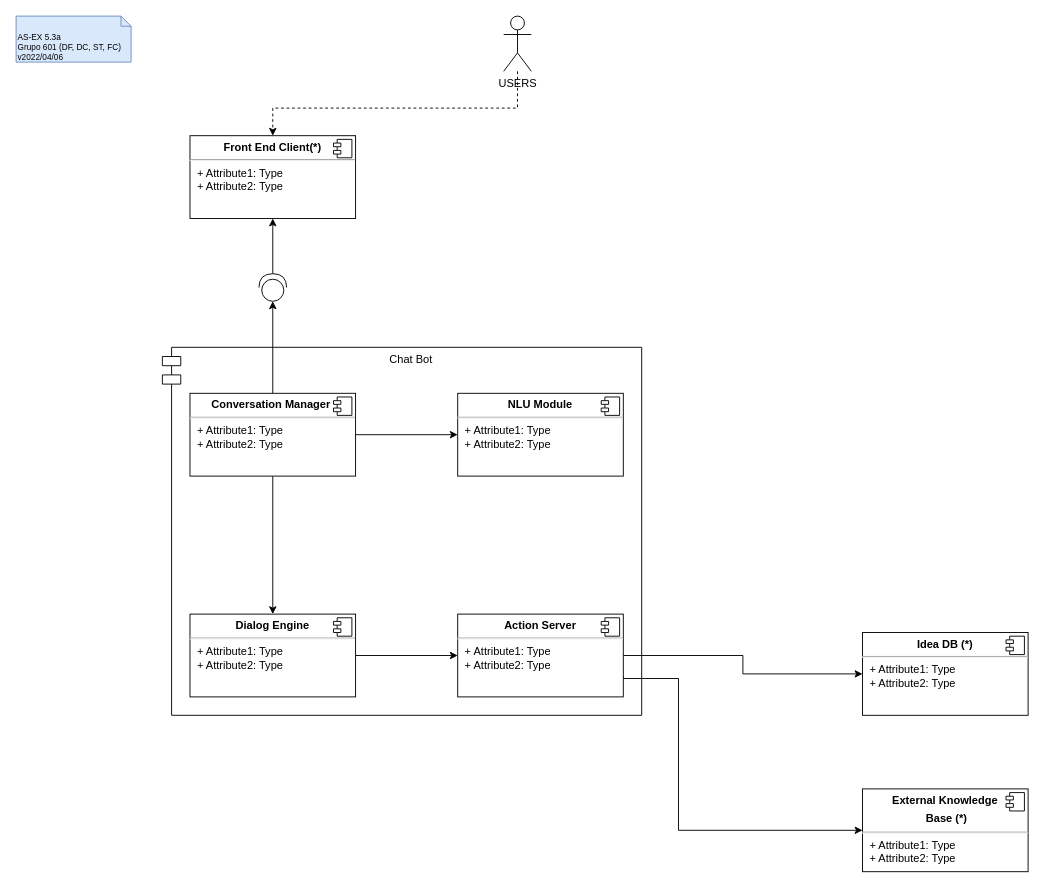
DavidAraujo98/AS keeps this draw.io diagram as page "5.3a" (2 of 3) of P/P05/P5.drawio. Above is the earlier version. Source tidied: cells renumbered, new cells numbered last; positions are measured from the earlier drawing's top-left corner, leaving out a move shared by most shapes. Both pictures are drawn from the tidied source at 92%, with x=0, y=0 at pixel (16, 16).
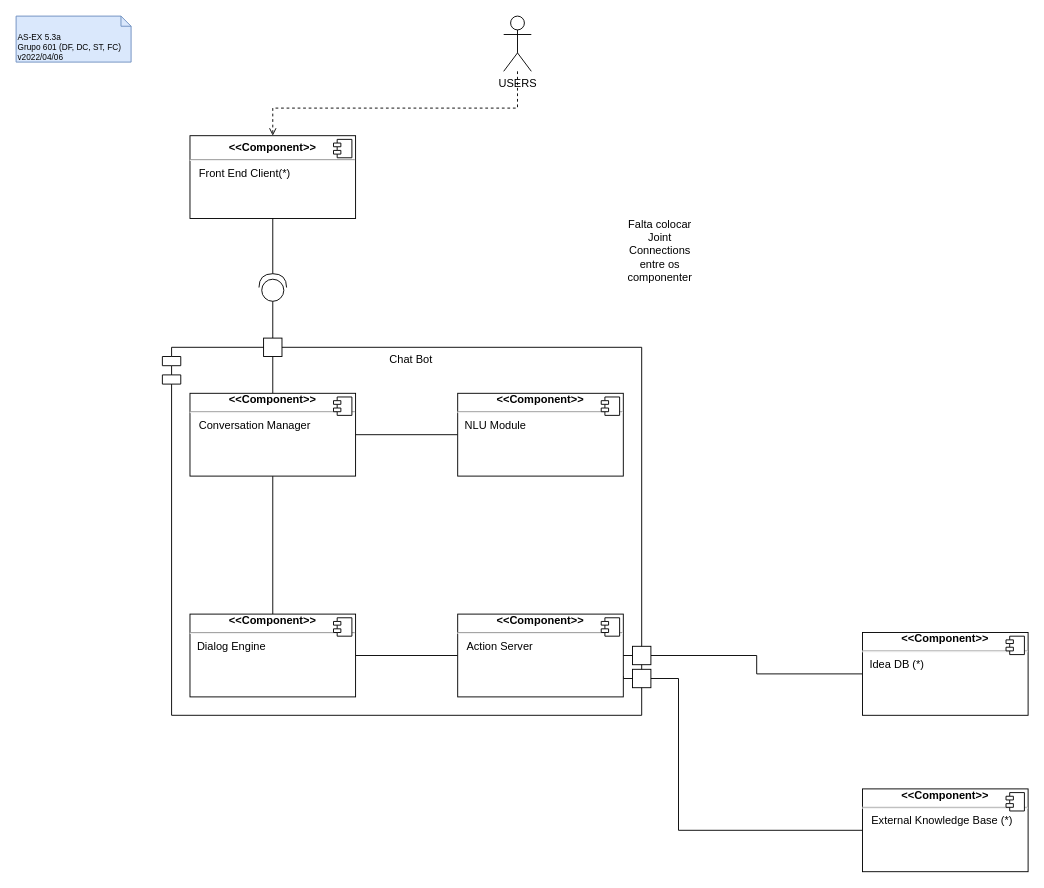
After the change.

Unchanged cells that the change refers to:
```xml
<mxCell id="25" value="USERS" style="shape=umlActor;verticalLabelPosition=bottom;verticalAlign=top;html=1;" parent="1" vertex="1">
  <mxGeometry x="530" width="30" height="60" as="geometry" />
</mxCell>
<mxCell id="27" style="shape=providedRequiredInterface;html=1;verticalLabelPosition=bottom;sketch=0;rotation=-90;" parent="1" vertex="1">
  <mxGeometry x="264" y="280" width="30" height="30" as="geometry" />
</mxCell>
```

What changed in the source:
```diff
@@
-    <mxCell id="4" value="&lt;p style=&quot;margin: 0px ; margin-top: 6px ; text-align: center&quot;&gt;&lt;b&gt;Front End Client(*)&lt;/b&gt;&lt;/p&gt;&lt;hr&gt;&lt;p style=&quot;margin: 0px ; margin-left: 8px&quot;&gt;+ Attribute1: Type&lt;br&gt;+ Attribute2: Type&lt;/p&gt;" style="align=left;overflow=fill;html=1;" parent="1" vertex="1">
+    <mxCell id="4" value="&lt;p style=&quot;margin: 0px ; margin-top: 6px ; text-align: center&quot;&gt;&lt;b&gt;&amp;lt;&amp;lt;Component&amp;gt;&amp;gt;&lt;/b&gt;&lt;/p&gt;&lt;hr&gt;&lt;b style=&quot;text-align: center&quot;&gt;&amp;nbsp; &amp;nbsp;&lt;/b&gt;&lt;span&gt;Front End Client(*)&lt;br&gt;&lt;/span&gt;" style="align=left;overflow=fill;html=1;" parent="1" vertex="1">
       <mxGeometry x="189" y="130" width="180" height="90" as="geometry" />
     </mxCell>
@@
-    <mxCell id="6" style="edgeStyle=orthogonalEdgeStyle;rounded=0;jettySize=auto;html=1;exitX=1;exitY=0.5;exitDx=0;exitDy=0;entryX=0;entryY=0.5;entryDx=0;entryDy=0;" parent="1" edge="1" source="9" target="11">
+    <mxCell id="6" style="edgeStyle=orthogonalEdgeStyle;rounded=0;jettySize=auto;html=1;exitX=1;exitY=0.5;exitDx=0;exitDy=0;entryX=0;entryY=0.5;entryDx=0;entryDy=0;endArrow=none;endFill=0;" parent="1" edge="1" source="9" target="11">
       <mxGeometry relative="1" as="geometry" />
     </mxCell>
-    <mxCell id="7" style="edgeStyle=orthogonalEdgeStyle;rounded=0;jettySize=auto;html=1;exitX=0.5;exitY=1;exitDx=0;exitDy=0;" parent="1" edge="1" source="9" target="14">
+    <mxCell id="7" style="edgeStyle=orthogonalEdgeStyle;rounded=0;jettySize=auto;html=1;exitX=0.5;exitY=1;exitDx=0;exitDy=0;endArrow=none;endFill=0;" parent="1" edge="1" source="9" target="14">
       <mxGeometry relative="1" as="geometry" />
     </mxCell>
-    <mxCell id="8" style="edgeStyle=orthogonalEdgeStyle;rounded=0;jettySize=auto;html=1;exitX=0.5;exitY=0;exitDx=0;exitDy=0;entryX=0;entryY=0.5;entryDx=0;entryDy=0;entryPerimeter=0;" parent="1" edge="1" source="9" target="27">
-      <mxGeometry relative="1" as="geometry" />
-    </mxCell>
+    <mxCell id="28" style="edgeStyle=orthogonalEdgeStyle;rounded=0;jettySize=auto;html=1;exitX=0.5;exitY=0;exitDx=0;exitDy=0;endArrow=none;endFill=0;" parent="1" edge="1" source="9" target="30">
+      <mxGeometry relative="1" as="geometry" />
+    </mxCell>
-    <mxCell id="9" value="&lt;p style=&quot;text-align: center ; margin: 6px 0px 0px&quot;&gt;&lt;b&gt;Conversation Manager&amp;nbsp;&lt;/b&gt;&lt;/p&gt;&lt;hr&gt;&lt;p style=&quot;margin: 0px ; margin-left: 8px&quot;&gt;+ Attribute1: Type&lt;br&gt;+ Attribute2: Type&lt;/p&gt;" style="align=left;overflow=fill;html=1;" parent="1" vertex="1">
+    <mxCell id="9" value="&lt;div style=&quot;text-align: center&quot;&gt;&lt;b&gt;&amp;lt;&amp;lt;Component&amp;gt;&amp;gt;&lt;/b&gt;&lt;br&gt;&lt;/div&gt;&lt;hr style=&quot;text-align: center&quot;&gt;&lt;span style=&quot;text-align: center&quot;&gt;&amp;nbsp; &amp;nbsp;Conversation Manager&lt;/span&gt;&lt;p style=&quot;margin: 0px ; margin-left: 8px&quot;&gt;&lt;br&gt;&lt;/p&gt;" style="align=left;overflow=fill;html=1;" parent="1" vertex="1">
       <mxGeometry x="189" y="410" width="180" height="90" as="geometry" />
     </mxCell>
@@
-    <mxCell id="11" value="&lt;p style=&quot;margin: 0px ; margin-top: 6px ; text-align: center&quot;&gt;&lt;b&gt;NLU Module&lt;/b&gt;&lt;/p&gt;&lt;hr&gt;&lt;p style=&quot;margin: 0px ; margin-left: 8px&quot;&gt;+ Attribute1: Type&lt;br&gt;+ Attribute2: Type&lt;/p&gt;" style="align=left;overflow=fill;html=1;" parent="1" vertex="1">
+    <mxCell id="11" value="&lt;div style=&quot;text-align: center&quot;&gt;&lt;b&gt;&amp;lt;&amp;lt;Component&amp;gt;&amp;gt;&lt;/b&gt;&lt;/div&gt;&lt;hr style=&quot;text-align: center&quot;&gt;&lt;p style=&quot;margin: 0px ; margin-left: 8px&quot;&gt;&lt;span style=&quot;text-align: center&quot;&gt;NLU Module&lt;/span&gt;&lt;br&gt;&lt;br&gt;&lt;/p&gt;" style="align=left;overflow=fill;html=1;" parent="1" vertex="1">
       <mxGeometry x="480" y="410" width="180" height="90" as="geometry" />
     </mxCell>
@@
-    <mxCell id="13" style="edgeStyle=orthogonalEdgeStyle;rounded=0;jettySize=auto;html=1;exitX=1;exitY=0.5;exitDx=0;exitDy=0;entryX=0;entryY=0.5;entryDx=0;entryDy=0;" parent="1" edge="1" source="14" target="18">
+    <mxCell id="13" style="edgeStyle=orthogonalEdgeStyle;rounded=0;jettySize=auto;html=1;exitX=1;exitY=0.5;exitDx=0;exitDy=0;entryX=0;entryY=0.5;entryDx=0;entryDy=0;endArrow=none;endFill=0;" parent="1" edge="1" source="14" target="18">
       <mxGeometry relative="1" as="geometry" />
     </mxCell>
-    <mxCell id="14" value="&lt;p style=&quot;margin: 0px ; margin-top: 6px ; text-align: center&quot;&gt;&lt;b&gt;Dialog Engine&lt;/b&gt;&lt;/p&gt;&lt;hr&gt;&lt;p style=&quot;margin: 0px ; margin-left: 8px&quot;&gt;+ Attribute1: Type&lt;br&gt;+ Attribute2: Type&lt;/p&gt;" style="align=left;overflow=fill;html=1;" parent="1" vertex="1">
+    <mxCell id="14" value="&lt;div style=&quot;text-align: center&quot;&gt;&lt;b&gt;&amp;lt;&amp;lt;Component&amp;gt;&amp;gt;&lt;/b&gt;&lt;/div&gt;&lt;hr style=&quot;text-align: center&quot;&gt;&lt;p style=&quot;margin: 0px ; margin-left: 8px&quot;&gt;&lt;span style=&quot;text-align: center&quot;&gt;Dialog Engine&lt;/span&gt;&lt;br&gt;&lt;br&gt;&lt;/p&gt;" style="align=left;overflow=fill;html=1;" parent="1" vertex="1">
       <mxGeometry x="189" y="650" width="180" height="90" as="geometry" />
     </mxCell>
@@
-    <mxCell id="16" style="edgeStyle=orthogonalEdgeStyle;rounded=0;jettySize=auto;html=1;exitX=1;exitY=0.5;exitDx=0;exitDy=0;entryX=0;entryY=0.5;entryDx=0;entryDy=0;" parent="1" edge="1" source="18" target="20">
+    <mxCell id="16" style="edgeStyle=orthogonalEdgeStyle;rounded=0;jettySize=auto;html=1;exitX=1;exitY=0.5;exitDx=0;exitDy=0;entryX=0;entryY=0.5;entryDx=0;entryDy=0;endArrow=none;endFill=0;startArrow=none;" parent="1" edge="1" source="31" target="20">
       <mxGeometry relative="1" as="geometry" />
     </mxCell>
-    <mxCell id="17" style="edgeStyle=orthogonalEdgeStyle;rounded=0;jettySize=auto;html=1;exitX=1;exitY=0.75;exitDx=0;exitDy=0;entryX=0;entryY=0.5;entryDx=0;entryDy=0;" parent="1" edge="1" source="18" target="22">
+    <mxCell id="17" style="edgeStyle=orthogonalEdgeStyle;rounded=0;jettySize=auto;html=1;exitX=1;exitY=0.75;exitDx=0;exitDy=0;entryX=0;entryY=0.5;entryDx=0;entryDy=0;endArrow=none;endFill=0;" parent="1" edge="1" source="18" target="22">
       <mxGeometry relative="1" as="geometry">
         <Array as="points">
           <mxPoint x="660" y="720" />
           <mxPoint x="720" y="720" />
           <mxPoint x="720" y="885" />
         </Array>
       </mxGeometry>
     </mxCell>
-    <mxCell id="18" value="&lt;p style=&quot;margin: 0px ; margin-top: 6px ; text-align: center&quot;&gt;&lt;b&gt;Action Server&lt;/b&gt;&lt;/p&gt;&lt;hr&gt;&lt;p style=&quot;margin: 0px ; margin-left: 8px&quot;&gt;+ Attribute1: Type&lt;br&gt;+ Attribute2: Type&lt;/p&gt;" style="align=left;overflow=fill;html=1;" parent="1" vertex="1">
+    <mxCell id="18" value="&lt;div style=&quot;text-align: center&quot;&gt;&lt;b&gt;&amp;lt;&amp;lt;Component&amp;gt;&amp;gt;&lt;/b&gt;&lt;/div&gt;&lt;hr style=&quot;text-align: center&quot;&gt;&lt;span style=&quot;text-align: center&quot;&gt;&amp;nbsp; &amp;nbsp;Action Server&lt;/span&gt;&lt;p style=&quot;margin: 0px ; margin-left: 8px&quot;&gt;&lt;br&gt;&lt;/p&gt;" style="align=left;overflow=fill;html=1;" parent="1" vertex="1">
       <mxGeometry x="480" y="650" width="180" height="90" as="geometry" />
     </mxCell>
@@
-    <mxCell id="20" value="&lt;p style=&quot;margin: 0px ; margin-top: 6px ; text-align: center&quot;&gt;&lt;b&gt;Idea DB (*)&lt;/b&gt;&lt;/p&gt;&lt;hr&gt;&lt;p style=&quot;margin: 0px ; margin-left: 8px&quot;&gt;+ Attribute1: Type&lt;br&gt;+ Attribute2: Type&lt;/p&gt;" style="align=left;overflow=fill;html=1;" parent="1" vertex="1">
+    <mxCell id="20" value="&lt;div style=&quot;text-align: center&quot;&gt;&lt;b&gt;&amp;lt;&amp;lt;Component&amp;gt;&amp;gt;&lt;/b&gt;&lt;/div&gt;&lt;hr style=&quot;text-align: center&quot;&gt;&lt;p style=&quot;margin: 0px ; margin-left: 8px&quot;&gt;&lt;span style=&quot;text-align: center&quot;&gt;Idea DB (*)&lt;/span&gt;&lt;br&gt;&lt;br&gt;&lt;/p&gt;" style="align=left;overflow=fill;html=1;" parent="1" vertex="1">
       <mxGeometry x="920" y="670" width="180" height="90" as="geometry" />
     </mxCell>
@@
-    <mxCell id="22" value="&lt;p style=&quot;margin: 0px ; margin-top: 6px ; text-align: center&quot;&gt;&lt;b&gt;External Knowledge&lt;/b&gt;&lt;/p&gt;&lt;p style=&quot;margin: 0px ; margin-top: 6px ; text-align: center&quot;&gt;&lt;b&gt;&amp;nbsp;Base (*)&lt;/b&gt;&lt;/p&gt;&lt;hr&gt;&lt;p style=&quot;margin: 0px ; margin-left: 8px&quot;&gt;+ Attribute1: Type&lt;br&gt;+ Attribute2: Type&lt;/p&gt;" style="align=left;overflow=fill;html=1;" parent="1" vertex="1">
+    <mxCell id="22" value="&lt;div style=&quot;text-align: center&quot;&gt;&lt;b&gt;&amp;lt;&amp;lt;Component&amp;gt;&amp;gt;&lt;/b&gt;&lt;/div&gt;&lt;hr style=&quot;text-align: center&quot;&gt;&lt;p style=&quot;margin: 6px 0px 0px&quot;&gt;&amp;nbsp; &amp;nbsp;External Knowledge&amp;nbsp;&lt;span&gt;Base (*)&lt;/span&gt;&lt;/p&gt;" style="align=left;overflow=fill;html=1;" parent="1" vertex="1">
       <mxGeometry x="920" y="840" width="180" height="90" as="geometry" />
     </mxCell>
@@
-    <mxCell id="24" style="edgeStyle=orthogonalEdgeStyle;rounded=0;jettySize=auto;html=1;dashed=1;" parent="1" edge="1" source="25" target="4">
+    <mxCell id="24" style="edgeStyle=orthogonalEdgeStyle;rounded=0;jettySize=auto;html=1;dashed=1;endArrow=open;endFill=0;" parent="1" edge="1" source="25" target="4">
       <mxGeometry relative="1" as="geometry">
         <Array as="points">
           <mxPoint x="545" y="100" />
           <mxPoint x="279" y="100" />
         </Array>
       </mxGeometry>
     </mxCell>
@@
-    <mxCell id="26" style="edgeStyle=orthogonalEdgeStyle;rounded=0;jettySize=auto;html=1;exitX=1;exitY=0.5;exitDx=0;exitDy=0;exitPerimeter=0;entryX=0.5;entryY=1;entryDx=0;entryDy=0;" parent="1" edge="1" source="27" target="4">
+    <mxCell id="26" style="edgeStyle=orthogonalEdgeStyle;rounded=0;jettySize=auto;html=1;exitX=1;exitY=0.5;exitDx=0;exitDy=0;exitPerimeter=0;entryX=0.5;entryY=1;entryDx=0;entryDy=0;endArrow=none;endFill=0;" parent="1" edge="1" source="27" target="4">
       <mxGeometry relative="1" as="geometry" />
     </mxCell>
@@
+    <mxCell id="29" style="edgeStyle=orthogonalEdgeStyle;rounded=0;jettySize=auto;html=1;exitX=0.5;exitY=0;exitDx=0;exitDy=0;entryX=0;entryY=0.5;entryDx=0;entryDy=0;entryPerimeter=0;endArrow=none;endFill=0;" parent="1" edge="1" source="30" target="27">
+      <mxGeometry relative="1" as="geometry" />
+    </mxCell>
+    <mxCell id="30" style="rounded=0;whiteSpace=wrap;html=1;" parent="1" vertex="1">
+      <mxGeometry x="269" y="350" width="20" height="20" as="geometry" />
+    </mxCell>
+    <mxCell id="31" style="rounded=0;whiteSpace=wrap;html=1;" parent="1" vertex="1">
+      <mxGeometry x="670" y="685" width="20" height="20" as="geometry" />
+    </mxCell>
+    <mxCell id="32" style="edgeStyle=orthogonalEdgeStyle;rounded=0;jettySize=auto;html=1;exitX=1;exitY=0.5;exitDx=0;exitDy=0;entryX=0;entryY=0.5;entryDx=0;entryDy=0;endArrow=none;endFill=0;" parent="1" edge="1" source="18" target="31">
+      <mxGeometry relative="1" as="geometry" />
+    </mxCell>
+    <mxCell id="33" style="rounded=0;whiteSpace=wrap;html=1;" parent="1" vertex="1">
+      <mxGeometry x="670" y="710" width="20" height="20" as="geometry" />
+    </mxCell>
+    <mxCell id="34" value="Falta colocar Joint Connections entre os componenter" style="text;html=1;strokeColor=none;fillColor=none;align=center;verticalAlign=middle;whiteSpace=wrap;rounded=0;" parent="1" vertex="1">
+      <mxGeometry x="670" y="240" width="60" height="30" as="geometry" />
+    </mxCell>
```
